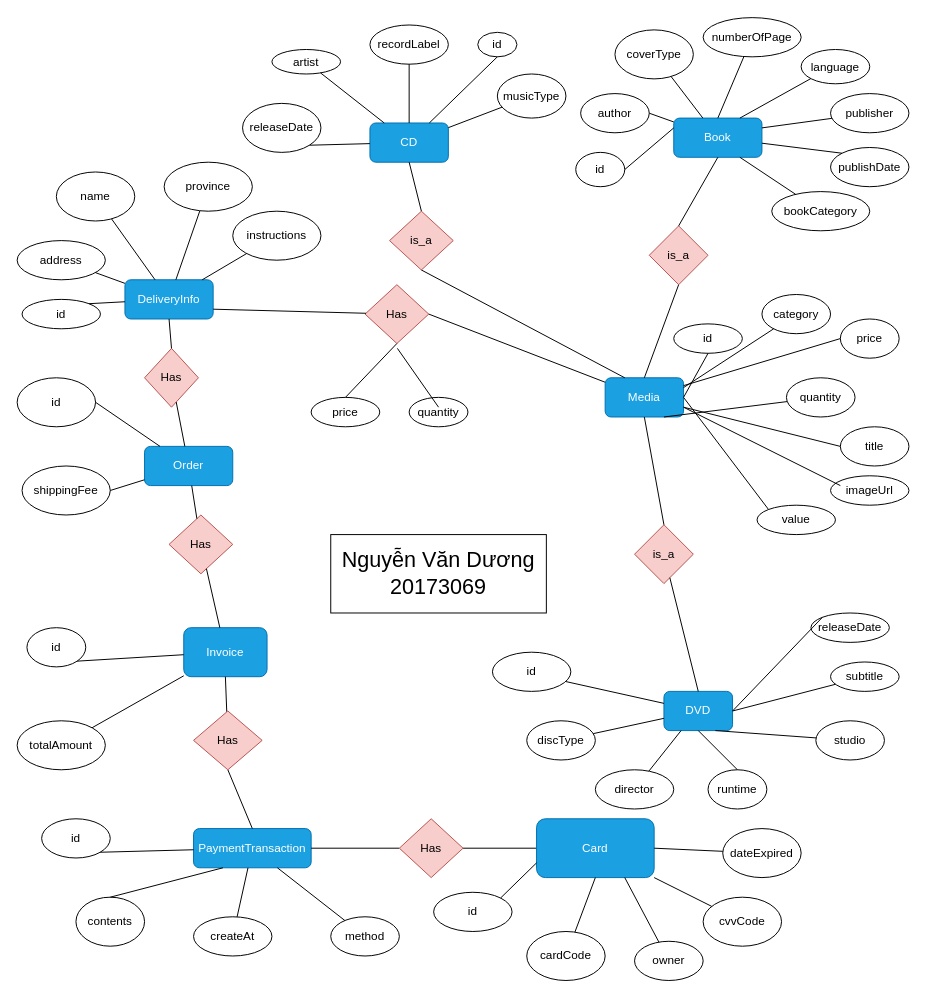
The draw.io diagram reports/b3/Untitled Diagram.drawio in duongnguyen17/-710808_TKXDPM_20173069_AIMS, before the edit. Source tidied: cells renumbered, new cells numbered last; positions are measured from the earlier drawing's top-left corner, leaving out a move shared by most shapes. Both pictures are drawn from the tidied source at 98%, with x=0, y=0 at pixel (17, 17).
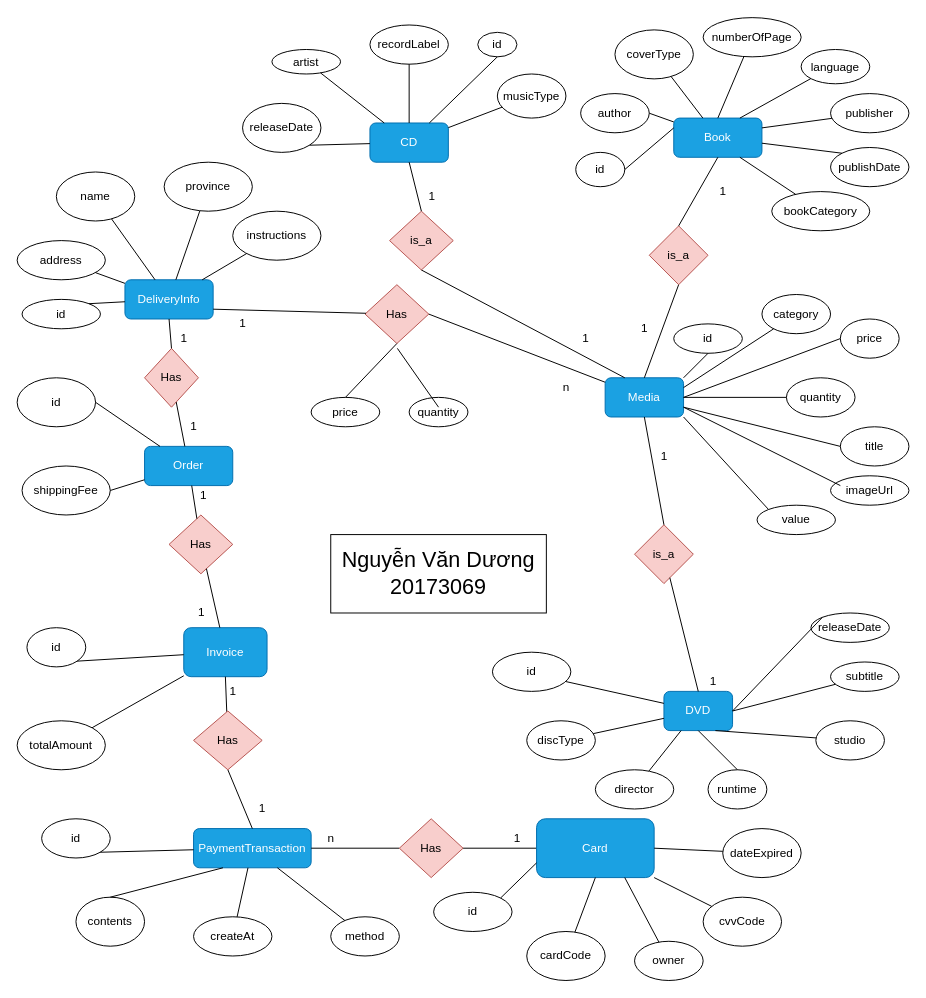
After the change.

The change refers to these unchanged cells:
```xml
<mxCell id="66" value="Media" style="rounded=1;whiteSpace=wrap;html=1;fillColor=#1ba1e2;strokeColor=#006EAF;fontColor=#ffffff;" parent="1" vertex="1">
  <mxGeometry x="600" y="368" width="80" height="40" as="geometry" />
</mxCell>
<mxCell id="90" value="value" style="ellipse;whiteSpace=wrap;html=1;" parent="1" vertex="1">
  <mxGeometry x="755" y="498" width="80" height="30" as="geometry" />
</mxCell>
<mxCell id="93" value="quantity" style="ellipse;whiteSpace=wrap;html=1;" parent="1" vertex="1">
  <mxGeometry x="785" y="368" width="70" height="40" as="geometry" />
</mxCell>
<mxCell id="94" value="price" style="ellipse;whiteSpace=wrap;html=1;" parent="1" vertex="1">
  <mxGeometry x="840" y="308" width="60" height="40" as="geometry" />
</mxCell>
<mxCell id="96" value="id" style="ellipse;whiteSpace=wrap;html=1;" parent="1" vertex="1">
  <mxGeometry x="670" y="313" width="70" height="30" as="geometry" />
</mxCell>
```

Diff of the diagram source:
```diff
@@
-    <mxCell id="105" style="endArrow=none;html=1;rounded=0;entryX=1;entryY=0.5;entryDx=0;entryDy=0;exitX=0.5;exitY=1;exitDx=0;exitDy=0;" parent="1" edge="1" source="96" target="66">
+    <mxCell id="105" style="endArrow=none;html=1;rounded=0;entryX=1;entryY=0;entryDx=0;entryDy=0;exitX=0.5;exitY=1;exitDx=0;exitDy=0;" parent="1" edge="1" source="96" target="66">
       <mxGeometry relative="1" as="geometry" />
     </mxCell>
@@
-    <mxCell id="107" style="endArrow=none;html=1;rounded=0;exitX=0;exitY=0.5;exitDx=0;exitDy=0;" parent="1" edge="1" source="94" target="66">
+    <mxCell id="107" style="endArrow=none;html=1;rounded=0;exitX=0;exitY=0.5;exitDx=0;exitDy=0;entryX=1;entryY=0.5;entryDx=0;entryDy=0;" parent="1" edge="1" source="94" target="66">
       <mxGeometry relative="1" as="geometry" />
     </mxCell>
-    <mxCell id="108" style="endArrow=none;html=1;rounded=0;entryX=0.75;entryY=1;entryDx=0;entryDy=0;" parent="1" edge="1" source="93" target="66">
+    <mxCell id="108" style="endArrow=none;html=1;rounded=0;entryX=1;entryY=0.5;entryDx=0;entryDy=0;" parent="1" edge="1" source="93" target="66">
       <mxGeometry relative="1" as="geometry" />
     </mxCell>
@@
-    <mxCell id="111" style="endArrow=none;html=1;rounded=0;entryX=1;entryY=0.5;entryDx=0;entryDy=0;exitX=0;exitY=0;exitDx=0;exitDy=0;" parent="1" edge="1" source="90" target="66">
+    <mxCell id="111" style="endArrow=none;html=1;rounded=0;exitX=0;exitY=0;exitDx=0;exitDy=0;entryX=1;entryY=1;entryDx=0;entryDy=0;" parent="1" edge="1" source="90" target="66">
       <mxGeometry relative="1" as="geometry" />
     </mxCell>
@@
+    <mxCell id="130" value="1" style="text;html=1;align=center;verticalAlign=middle;strokeColor=none;fillColor=none;" parent="1" vertex="1">
+      <mxGeometry x="160" y="318" width="20" height="20" as="geometry" />
+    </mxCell>
+    <mxCell id="131" value="1" style="text;html=1;align=center;verticalAlign=middle;strokeColor=none;fillColor=none;" parent="1" vertex="1">
+      <mxGeometry x="170" y="408" width="20" height="20" as="geometry" />
+    </mxCell>
+    <mxCell id="132" value="1" style="text;html=1;align=center;verticalAlign=middle;strokeColor=none;fillColor=none;" parent="1" vertex="1">
+      <mxGeometry x="180" y="478" width="20" height="20" as="geometry" />
+    </mxCell>
+    <mxCell id="133" value="1" style="text;html=1;align=center;verticalAlign=middle;strokeColor=none;fillColor=none;" parent="1" vertex="1">
+      <mxGeometry x="177.5" y="598" width="20" height="20" as="geometry" />
+    </mxCell>
+    <mxCell id="134" value="1" style="text;html=1;align=center;verticalAlign=middle;strokeColor=none;fillColor=none;" parent="1" vertex="1">
+      <mxGeometry x="210" y="678" width="20" height="20" as="geometry" />
+    </mxCell>
+    <mxCell id="135" value="1" style="text;html=1;align=center;verticalAlign=middle;strokeColor=none;fillColor=none;" parent="1" vertex="1">
+      <mxGeometry x="500" y="828" width="20" height="20" as="geometry" />
+    </mxCell>
+    <mxCell id="136" value="1" style="text;html=1;align=center;verticalAlign=middle;strokeColor=none;fillColor=none;" parent="1" vertex="1">
+      <mxGeometry x="240" y="798" width="20" height="20" as="geometry" />
+    </mxCell>
+    <mxCell id="137" value="n" style="text;html=1;align=center;verticalAlign=middle;strokeColor=none;fillColor=none;" parent="1" vertex="1">
+      <mxGeometry x="310" y="828" width="20" height="20" as="geometry" />
+    </mxCell>
+    <mxCell id="138" value="1" style="text;html=1;align=center;verticalAlign=middle;strokeColor=none;fillColor=none;" parent="1" vertex="1">
+      <mxGeometry x="700" y="668" width="20" height="20" as="geometry" />
+    </mxCell>
+    <mxCell id="139" value="1" style="text;html=1;align=center;verticalAlign=middle;strokeColor=none;fillColor=none;" parent="1" vertex="1">
+      <mxGeometry x="650" y="438" width="20" height="20" as="geometry" />
+    </mxCell>
+    <mxCell id="140" value="n" style="text;html=1;align=center;verticalAlign=middle;strokeColor=none;fillColor=none;" parent="1" vertex="1">
+      <mxGeometry x="550" y="368" width="20" height="20" as="geometry" />
+    </mxCell>
+    <mxCell id="141" value="1" style="text;html=1;align=center;verticalAlign=middle;strokeColor=none;fillColor=none;" parent="1" vertex="1">
+      <mxGeometry x="220" y="303" width="20" height="20" as="geometry" />
+    </mxCell>
+    <mxCell id="142" value="1" style="text;html=1;align=center;verticalAlign=middle;strokeColor=none;fillColor=none;" parent="1" vertex="1">
+      <mxGeometry x="412.5" y="173" width="20" height="20" as="geometry" />
+    </mxCell>
+    <mxCell id="143" value="1" style="text;html=1;align=center;verticalAlign=middle;strokeColor=none;fillColor=none;" parent="1" vertex="1">
+      <mxGeometry x="570" y="318" width="20" height="20" as="geometry" />
+    </mxCell>
+    <mxCell id="144" value="1" style="text;html=1;align=center;verticalAlign=middle;strokeColor=none;fillColor=none;" parent="1" vertex="1">
+      <mxGeometry x="630" y="308" width="20" height="20" as="geometry" />
+    </mxCell>
+    <mxCell id="145" value="1" style="text;html=1;align=center;verticalAlign=middle;strokeColor=none;fillColor=none;" parent="1" vertex="1">
+      <mxGeometry x="710" y="168" width="20" height="20" as="geometry" />
+    </mxCell>
```
